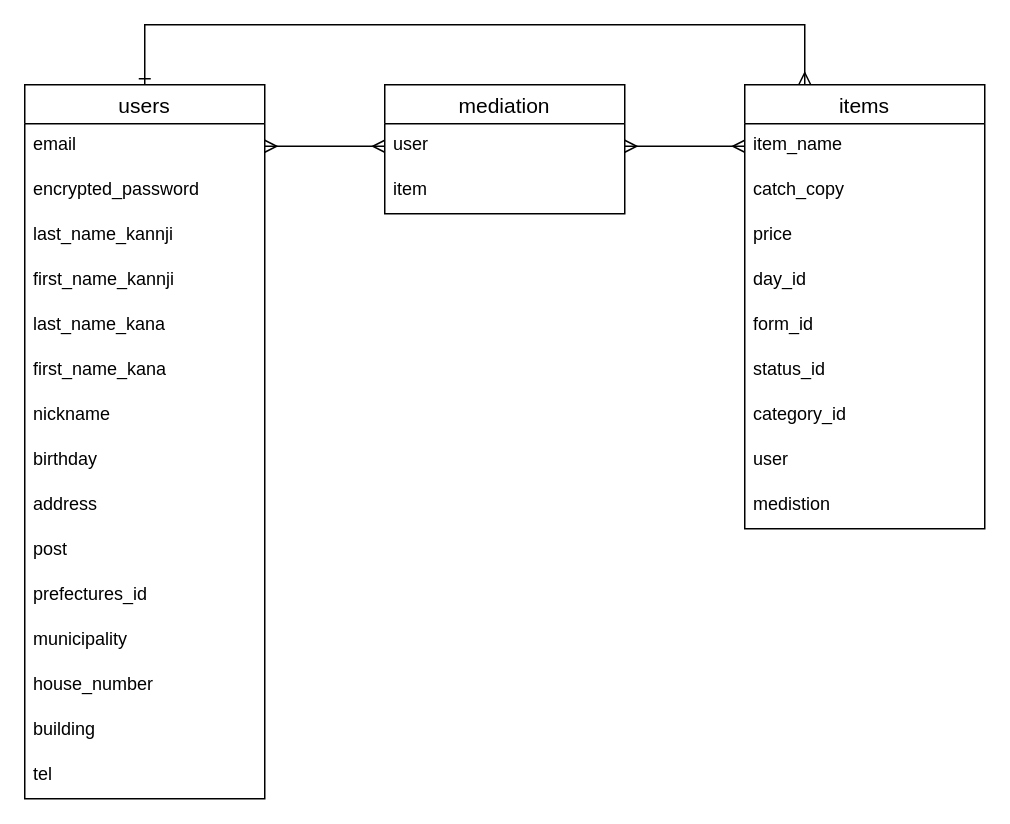
This is table.dio from noriarare/furima-32869, a draw.io file, before an edit. Source tidied: cells renumbered, new cells numbered last; positions are measured from the earlier drawing's top-left corner, leaving out a move shared by most shapes. Both pictures are drawn from the tidied source at 150%, with x=0, y=0 at pixel (24, 24).
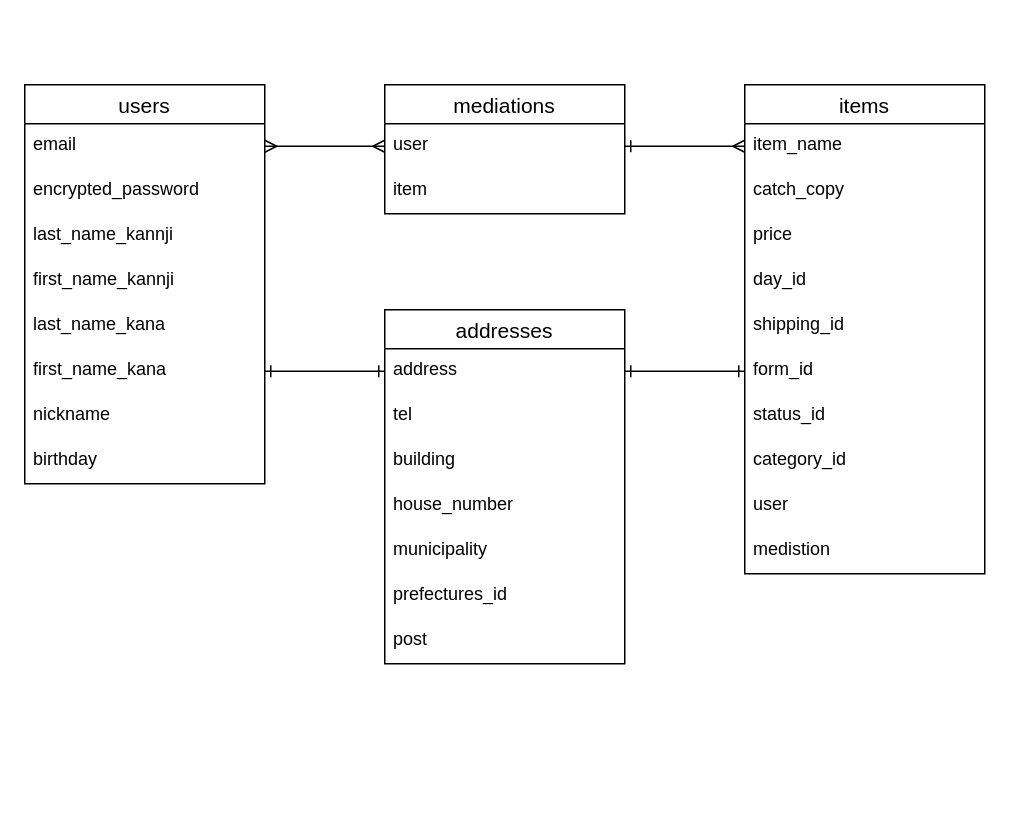
After the change.

Unchanged cells that the change refers to:
```xml
<mxCell id="8" value="first_name_kana" style="text;strokeColor=none;fillColor=none;spacingLeft=4;spacingRight=4;overflow=hidden;points=[[0,0.5],[1,0.5]];portConstraint=eastwest;fontSize=12;" parent="2" vertex="1">
  <mxGeometry y="176" width="160" height="30" as="geometry" />
</mxCell>
<mxCell id="19" value="user" style="text;strokeColor=none;fillColor=none;spacingLeft=4;spacingRight=4;overflow=hidden;points=[[0,0.5],[1,0.5]];portConstraint=eastwest;fontSize=12;" parent="18" vertex="1">
  <mxGeometry y="26" width="160" height="30" as="geometry" />
</mxCell>
<mxCell id="23" value="item_name" style="text;strokeColor=none;fillColor=none;spacingLeft=4;spacingRight=4;overflow=hidden;points=[[0,0.5],[1,0.5]];portConstraint=eastwest;fontSize=12;" parent="22" vertex="1">
  <mxGeometry y="26" width="160" height="30" as="geometry" />
</mxCell>
```

What changed in the source:
```diff
@@
     <mxCell id="2" value="users" style="swimlane;fontStyle=0;horizontal=1;startSize=26;align=center;fontSize=14;" parent="1" vertex="1">
-      <mxGeometry y="40" width="160" height="476" as="geometry" />
+      <mxGeometry y="40" width="160" height="266" as="geometry" />
     </mxCell>
@@
-    <mxCell id="11" value="address" style="text;strokeColor=none;fillColor=none;spacingLeft=4;spacingRight=4;overflow=hidden;points=[[0,0.5],[1,0.5]];portConstraint=eastwest;fontSize=12;" parent="2" vertex="1">
-      <mxGeometry y="266" width="160" height="30" as="geometry" />
-    </mxCell>
-    <mxCell id="12" value="post" style="text;strokeColor=none;fillColor=none;spacingLeft=4;spacingRight=4;overflow=hidden;fontSize=12;" parent="2" vertex="1">
-      <mxGeometry y="296" width="160" height="30" as="geometry" />
-    </mxCell>
-    <mxCell id="13" value="prefectures_id" style="text;strokeColor=none;fillColor=none;spacingLeft=4;spacingRight=4;overflow=hidden;fontSize=12;" parent="2" vertex="1">
-      <mxGeometry y="326" width="160" height="30" as="geometry" />
-    </mxCell>
-    <mxCell id="14" value="municipality" style="text;strokeColor=none;fillColor=none;spacingLeft=4;spacingRight=4;overflow=hidden;fontSize=12;" parent="2" vertex="1">
-      <mxGeometry y="356" width="160" height="30" as="geometry" />
-    </mxCell>
-    <mxCell id="15" value="house_number" style="text;strokeColor=none;fillColor=none;spacingLeft=4;spacingRight=4;overflow=hidden;fontSize=12;" parent="2" vertex="1">
-      <mxGeometry y="386" width="160" height="30" as="geometry" />
-    </mxCell>
-    <mxCell id="16" value="building" style="text;strokeColor=none;fillColor=none;spacingLeft=4;spacingRight=4;overflow=hidden;fontSize=12;" parent="2" vertex="1">
-      <mxGeometry y="416" width="160" height="30" as="geometry" />
-    </mxCell>
-    <mxCell id="17" value="tel" style="text;strokeColor=none;fillColor=none;spacingLeft=4;spacingRight=4;overflow=hidden;fontSize=12;" parent="2" vertex="1">
-      <mxGeometry y="446" width="160" height="30" as="geometry" />
-    </mxCell>
-    <mxCell id="18" value="mediation" style="swimlane;fontStyle=0;horizontal=1;startSize=26;align=center;fontSize=14;" parent="1" vertex="1">
+    <mxCell id="18" value="mediations" style="swimlane;fontStyle=0;horizontal=1;startSize=26;align=center;fontSize=14;" parent="1" vertex="1">
       <mxGeometry x="240" y="40" width="160" height="86" as="geometry" />
     </mxCell>
@@
-    <mxCell id="21" style="edgeStyle=orthogonalEdgeStyle;rounded=0;jettySize=auto;html=1;exitX=0.25;exitY=0;exitDx=0;exitDy=0;entryX=0.5;entryY=0;entryDx=0;entryDy=0;startArrow=ERmany;startFill=0;endArrow=ERone;endFill=0;" parent="1" edge="1" source="22" target="2">
-      <mxGeometry relative="1" as="geometry">
-        <Array as="points">
-          <mxPoint x="520" />
-          <mxPoint x="80" />
-        </Array>
-      </mxGeometry>
-    </mxCell>
     <mxCell id="22" value="items" style="swimlane;fontStyle=0;horizontal=1;startSize=26;align=center;fontSize=14;" parent="1" vertex="1">
-      <mxGeometry x="480" y="40" width="160" height="296" as="geometry" />
+      <mxGeometry x="480" y="40" width="160" height="326" as="geometry" />
     </mxCell>
@@
+    <mxCell id="34" value="shipping_id" style="text;strokeColor=none;fillColor=none;spacingLeft=4;spacingRight=4;overflow=hidden;fontSize=12;" parent="22" vertex="1">
+      <mxGeometry y="146" width="160" height="30" as="geometry" />
+    </mxCell>
     <mxCell id="27" value="form_id" style="text;strokeColor=none;fillColor=none;spacingLeft=4;spacingRight=4;overflow=hidden;points=[[0,0.5],[1,0.5]];portConstraint=eastwest;fontSize=12;" parent="22" vertex="1">
-      <mxGeometry y="146" width="160" height="30" as="geometry" />
+      <mxGeometry y="176" width="160" height="30" as="geometry" />
     </mxCell>
     <mxCell id="28" value="status_id" style="text;strokeColor=none;fillColor=none;spacingLeft=4;spacingRight=4;overflow=hidden;fontSize=12;" parent="22" vertex="1">
-      <mxGeometry y="176" width="160" height="30" as="geometry" />
+      <mxGeometry y="206" width="160" height="30" as="geometry" />
     </mxCell>
     <mxCell id="29" value="category_id" style="text;strokeColor=none;fillColor=none;spacingLeft=4;spacingRight=4;overflow=hidden;fontSize=12;" parent="22" vertex="1">
-      <mxGeometry y="206" width="160" height="30" as="geometry" />
+      <mxGeometry y="236" width="160" height="30" as="geometry" />
     </mxCell>
     <mxCell id="30" value="user" style="text;strokeColor=none;fillColor=none;spacingLeft=4;spacingRight=4;overflow=hidden;fontSize=12;" parent="22" vertex="1">
-      <mxGeometry y="236" width="160" height="30" as="geometry" />
+      <mxGeometry y="266" width="160" height="30" as="geometry" />
     </mxCell>
     <mxCell id="31" value="medistion" style="text;strokeColor=none;fillColor=none;spacingLeft=4;spacingRight=4;overflow=hidden;fontSize=12;" parent="22" vertex="1">
-      <mxGeometry y="266" width="160" height="30" as="geometry" />
+      <mxGeometry y="296" width="160" height="30" as="geometry" />
     </mxCell>
@@
-    <mxCell id="33" style="edgeStyle=orthogonalEdgeStyle;rounded=0;jettySize=auto;html=1;exitX=1;exitY=0.5;exitDx=0;exitDy=0;entryX=0;entryY=0.5;entryDx=0;entryDy=0;startArrow=ERmany;startFill=0;endArrow=ERmany;endFill=0;" parent="1" edge="1" source="19" target="23">
+    <mxCell id="33" style="edgeStyle=orthogonalEdgeStyle;rounded=0;jettySize=auto;html=1;exitX=1;exitY=0.5;exitDx=0;exitDy=0;entryX=0;entryY=0.5;entryDx=0;entryDy=0;startArrow=ERone;startFill=0;endArrow=ERmany;endFill=0;" parent="1" edge="1" source="19" target="23">
       <mxGeometry relative="1" as="geometry" />
     </mxCell>
+    <mxCell id="35" value="addresses" style="swimlane;fontStyle=0;horizontal=1;startSize=26;align=center;fontSize=14;" parent="1" vertex="1">
+      <mxGeometry x="240" y="190" width="160" height="236" as="geometry" />
+    </mxCell>
+    <mxCell id="11" value="address" style="text;strokeColor=none;fillColor=none;spacingLeft=4;spacingRight=4;overflow=hidden;points=[[0,0.5],[1,0.5]];portConstraint=eastwest;fontSize=12;" parent="35" vertex="1">
+      <mxGeometry y="26" width="160" height="30" as="geometry" />
+    </mxCell>
+    <mxCell id="17" value="tel" style="text;strokeColor=none;fillColor=none;spacingLeft=4;spacingRight=4;overflow=hidden;fontSize=12;" parent="35" vertex="1">
+      <mxGeometry y="56" width="160" height="30" as="geometry" />
+    </mxCell>
+    <mxCell id="16" value="building" style="text;strokeColor=none;fillColor=none;spacingLeft=4;spacingRight=4;overflow=hidden;fontSize=12;" parent="35" vertex="1">
+      <mxGeometry y="86" width="160" height="30" as="geometry" />
+    </mxCell>
+    <mxCell id="15" value="house_number" style="text;strokeColor=none;fillColor=none;spacingLeft=4;spacingRight=4;overflow=hidden;fontSize=12;" parent="35" vertex="1">
+      <mxGeometry y="116" width="160" height="30" as="geometry" />
+    </mxCell>
+    <mxCell id="14" value="municipality" style="text;strokeColor=none;fillColor=none;spacingLeft=4;spacingRight=4;overflow=hidden;fontSize=12;" parent="35" vertex="1">
+      <mxGeometry y="146" width="160" height="30" as="geometry" />
+    </mxCell>
+    <mxCell id="13" value="prefectures_id" style="text;strokeColor=none;fillColor=none;spacingLeft=4;spacingRight=4;overflow=hidden;fontSize=12;" parent="35" vertex="1">
+      <mxGeometry y="176" width="160" height="30" as="geometry" />
+    </mxCell>
+    <mxCell id="12" value="post" style="text;strokeColor=none;fillColor=none;spacingLeft=4;spacingRight=4;overflow=hidden;fontSize=12;" parent="35" vertex="1">
+      <mxGeometry y="206" width="160" height="30" as="geometry" />
+    </mxCell>
+    <mxCell id="36" style="edgeStyle=orthogonalEdgeStyle;rounded=0;jettySize=auto;html=1;exitX=1;exitY=0.5;exitDx=0;exitDy=0;entryX=0;entryY=0.5;entryDx=0;entryDy=0;startArrow=ERone;startFill=0;endArrow=ERone;endFill=0;" parent="1" edge="1" source="8" target="11">
+      <mxGeometry relative="1" as="geometry" />
+    </mxCell>
+    <mxCell id="37" style="edgeStyle=orthogonalEdgeStyle;rounded=0;jettySize=auto;html=1;exitX=1;exitY=0.5;exitDx=0;exitDy=0;entryX=0;entryY=0.5;entryDx=0;entryDy=0;startArrow=ERone;startFill=0;endArrow=ERone;endFill=0;" parent="1" edge="1" source="11" target="27">
+      <mxGeometry relative="1" as="geometry" />
+    </mxCell>
```
